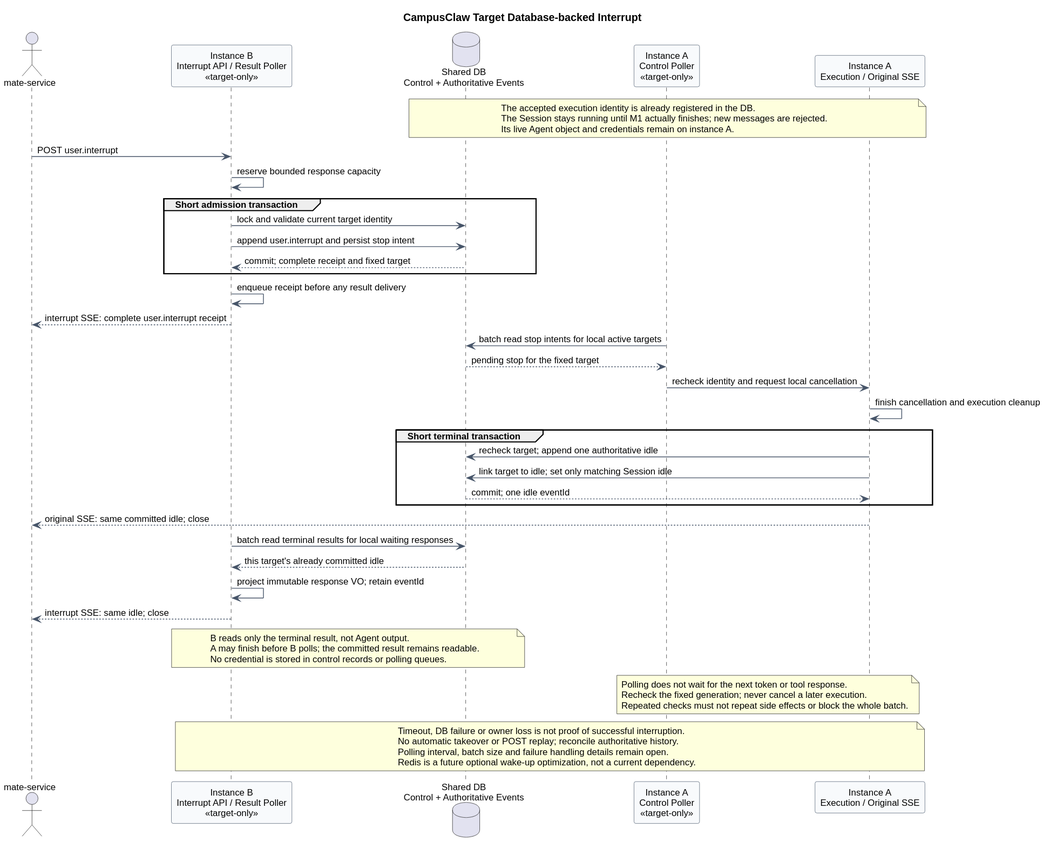
Earlier version of the PlantUML export 01-总体架构/01-CampusClaw多Agent运行时/设计图/事件接口重设计/target_database_interrupt_delivery.svg (ssm0808/pi-mono-java-design).
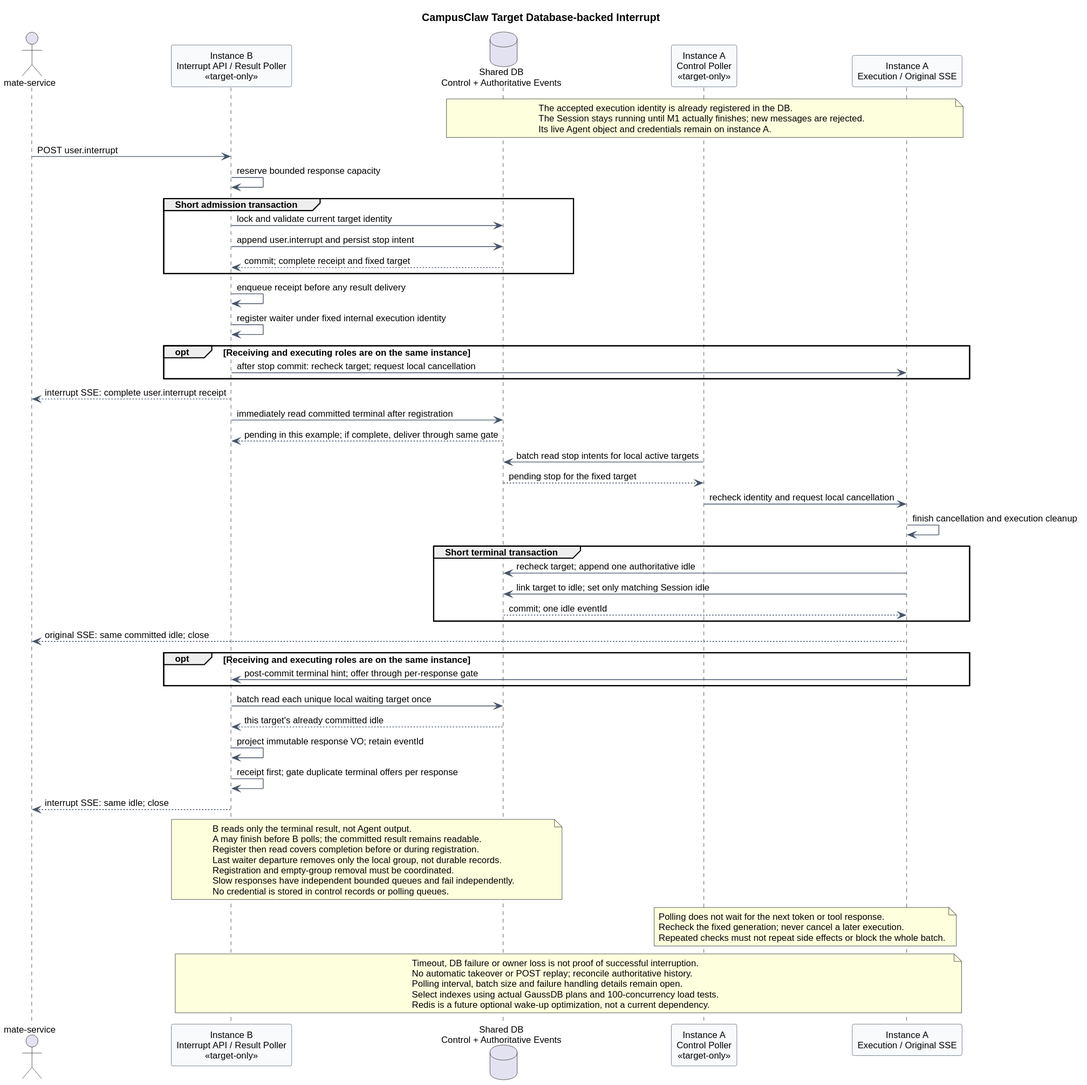
Later version of the same file.

Change to the diagram source:
```diff
@@ -28,7 +28,13 @@
   DB --> B : commit; complete receipt and fixed target
 end
 B -> B : enqueue receipt before any result delivery
+B -> B : register waiter under fixed internal execution identity
+opt Receiving and executing roles are on the same instance
+  B -> A : after stop commit: recheck target; request local cancellation
+end
 B --> Client : interrupt SSE: complete user.interrupt receipt
+B -> DB : immediately read committed terminal after registration
+DB --> B : pending in this example; if complete, deliver through same gate
 
 Poller -> DB : batch read stop intents for local active targets
 DB --> Poller : pending stop for the fixed target
@@ -41,14 +47,22 @@
 end
 A --> Client : original SSE: same committed idle; close
 
-B -> DB : batch read terminal results for local waiting responses
+opt Receiving and executing roles are on the same instance
+  A -> B : post-commit terminal hint; offer through per-response gate
+end
+B -> DB : batch read each unique local waiting target once
 DB --> B : this target's already committed idle
 B -> B : project immutable response VO; retain eventId
+B -> B : receipt first; gate duplicate terminal offers per response
 B --> Client : interrupt SSE: same idle; close
 
 note over B,DB
 B reads only the terminal result, not Agent output.
 A may finish before B polls; the committed result remains readable.
+Register then read covers completion before or during registration.
+Last waiter departure removes only the local group, not durable records.
+Registration and empty-group removal must be coordinated.
+Slow responses have independent bounded queues and fail independently.
 No credential is stored in control records or polling queues.
 end note
 note over Poller,A
@@ -60,6 +74,7 @@
 Timeout, DB failure or owner loss is not proof of successful interruption.
 No automatic takeover or POST replay; reconcile authoritative history.
 Polling interval, batch size and failure handling details remain open.
+Select indexes using actual GaussDB plans and 100-concurrency load tests.
 Redis is a future optional wake-up optimization, not a current dependency.
 end note
 @enduml
```
